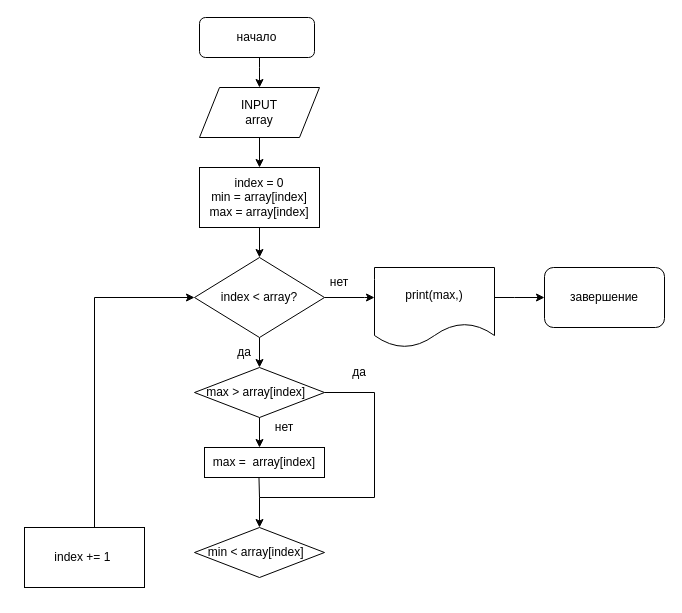
Above: page "урок2 №1" (2 of 5) of Untitled Diagram.drawio in posthak/python (draw.io), before the change. Source tidied: cells renumbered, new cells numbered last; positions are measured from the earlier drawing's top-left corner, leaving out a move shared by most shapes. Both pictures are drawn from the tidied source at 100%, with x=0, y=0 at pixel (24, 17).
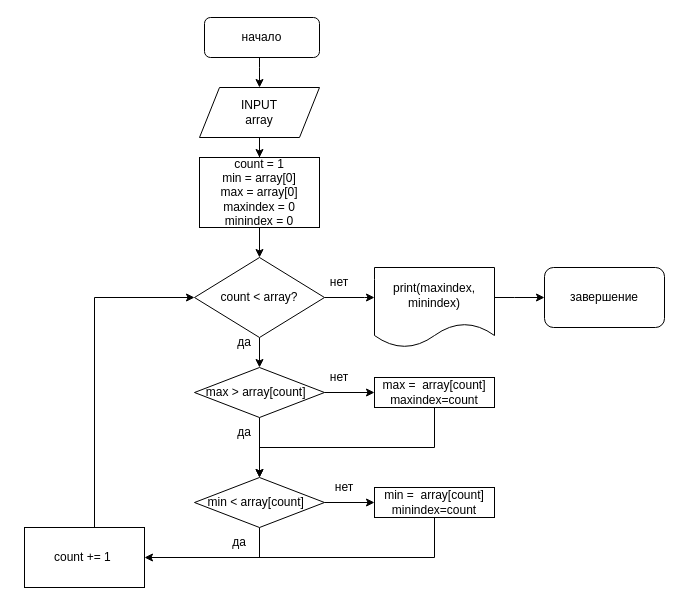
Above is the later version.

Diff of the diagram source:
```diff
@@
     <mxCell id="3" value="начало" style="rounded=1;whiteSpace=wrap;html=1;fontColor=#000000;" parent="1" vertex="1">
-      <mxGeometry x="175" width="115" height="40" as="geometry" />
+      <mxGeometry x="180" width="115" height="40" as="geometry" />
     </mxCell>
@@
-    <mxCell id="7" value="index = 0&lt;br&gt;min = array[index]&lt;br&gt;max = array[index]" style="whiteSpace=wrap;html=1;fontColor=#000000;" parent="1" vertex="1">
-      <mxGeometry x="175" y="150" width="120" height="60" as="geometry" />
+    <mxCell id="7" value="count = 1&lt;br&gt;min = array[0]&lt;br&gt;max = array[0]&lt;br&gt;maxindex = 0&lt;br&gt;minindex = 0" style="whiteSpace=wrap;html=1;fontColor=#000000;" parent="1" vertex="1">
+      <mxGeometry x="175" y="140" width="120" height="70" as="geometry" />
     </mxCell>
@@
-    <mxCell id="10" value="index &amp;lt;&amp;nbsp;array?" style="rhombus;whiteSpace=wrap;html=1;fontSize=12;fontColor=#000000;" parent="1" vertex="1">
+    <mxCell id="10" value="count &amp;lt;&amp;nbsp;array?" style="rhombus;whiteSpace=wrap;html=1;fontSize=12;fontColor=#000000;" parent="1" vertex="1">
       <mxGeometry x="170" y="240" width="130" height="80" as="geometry" />
     </mxCell>
-    <mxCell id="11" style="edgeStyle=orthogonalEdgeStyle;rounded=0;jettySize=auto;html=1;exitX=0.5;exitY=1;exitDx=0;exitDy=0;" parent="1" edge="1" source="13">
-      <mxGeometry relative="1" as="geometry">
-        <mxPoint x="235" y="430" as="targetPoint" />
-      </mxGeometry>
+    <mxCell id="11" style="edgeStyle=orthogonalEdgeStyle;rounded=0;jettySize=auto;html=1;exitX=0.5;exitY=1;exitDx=0;exitDy=0;entryX=0.5;entryY=0;entryDx=0;entryDy=0;" parent="1" edge="1" source="13" target="24">
+      <mxGeometry relative="1" as="geometry" />
     </mxCell>
-    <mxCell id="12" style="edgeStyle=orthogonalEdgeStyle;rounded=0;jettySize=auto;html=1;entryX=0.5;entryY=0;entryDx=0;entryDy=0;" parent="1" edge="1" source="13" target="24">
-      <mxGeometry relative="1" as="geometry">
-        <Array as="points">
-          <mxPoint x="350" y="375" />
-          <mxPoint x="350" y="480" />
-          <mxPoint x="235" y="480" />
-        </Array>
-      </mxGeometry>
-    </mxCell>
+    <mxCell id="26" style="edgeStyle=orthogonalEdgeStyle;rounded=0;jettySize=auto;html=1;" parent="1" edge="1" source="13" target="14">
+      <mxGeometry relative="1" as="geometry" />
+    </mxCell>
-    <mxCell id="13" value="max &amp;gt; array[index] &amp;nbsp;" style="rhombus;whiteSpace=wrap;html=1;fontSize=12;fontColor=#000000;" parent="1" vertex="1">
+    <mxCell id="13" value="max &amp;gt; array[count] &amp;nbsp;" style="rhombus;whiteSpace=wrap;html=1;fontSize=12;fontColor=#000000;" parent="1" vertex="1">
       <mxGeometry x="170" y="350" width="130" height="50" as="geometry" />
     </mxCell>
+    <mxCell id="27" style="edgeStyle=orthogonalEdgeStyle;rounded=0;jettySize=auto;html=1;entryX=0.5;entryY=0;entryDx=0;entryDy=0;" parent="1" edge="1" source="14" target="24">
+      <mxGeometry relative="1" as="geometry">
+        <Array as="points">
+          <mxPoint x="410" y="430" />
+        </Array>
+      </mxGeometry>
+    </mxCell>
-    <mxCell id="14" value="max = &amp;nbsp;array[index]" style="whiteSpace=wrap;html=1;fontColor=#000000;" parent="1" vertex="1">
-      <mxGeometry x="180" y="430" width="120" height="30" as="geometry" />
+    <mxCell id="14" value="max = &amp;nbsp;array[count]&lt;br&gt;maxindex=count" style="whiteSpace=wrap;html=1;fontColor=#000000;" parent="1" vertex="1">
+      <mxGeometry x="350" y="360" width="120" height="30" as="geometry" />
     </mxCell>
@@
-    <mxCell id="16" value="index += 1&amp;nbsp;" style="whiteSpace=wrap;html=1;fontColor=#000000;" parent="1" vertex="1">
+    <mxCell id="16" value="count += 1&amp;nbsp;" style="whiteSpace=wrap;html=1;fontColor=#000000;" parent="1" vertex="1">
       <mxGeometry y="510" width="120" height="60" as="geometry" />
     </mxCell>
@@
-    <mxCell id="19" value="print(max,)" style="shape=document;whiteSpace=wrap;html=1;boundedLbl=1;fontColor=#000000;" parent="1" vertex="1">
+    <mxCell id="19" value="print(maxindex, minindex)" style="shape=document;whiteSpace=wrap;html=1;boundedLbl=1;fontColor=#000000;" parent="1" vertex="1">
       <mxGeometry x="350" y="250" width="120" height="80" as="geometry" />
     </mxCell>
     <mxCell id="20" value="да" style="text;html=1;strokeColor=none;fillColor=none;align=center;verticalAlign=middle;whiteSpace=wrap;rounded=0;" parent="1" vertex="1">
-      <mxGeometry x="320" y="340" width="30" height="30" as="geometry" />
+      <mxGeometry x="205" y="400" width="30" height="30" as="geometry" />
     </mxCell>
     <mxCell id="21" value="нет" style="text;html=1;strokeColor=none;fillColor=none;align=center;verticalAlign=middle;whiteSpace=wrap;rounded=0;" parent="1" vertex="1">
-      <mxGeometry x="240" y="400" width="40" height="20" as="geometry" />
+      <mxGeometry x="295" y="350" width="40" height="20" as="geometry" />
     </mxCell>
     <mxCell id="22" value="да" style="text;html=1;strokeColor=none;fillColor=none;align=center;verticalAlign=middle;whiteSpace=wrap;rounded=0;" parent="1" vertex="1">
-      <mxGeometry x="200" y="320" width="40" height="30" as="geometry" />
+      <mxGeometry x="200" y="310" width="40" height="30" as="geometry" />
     </mxCell>
@@
+    <mxCell id="28" style="edgeStyle=orthogonalEdgeStyle;rounded=0;jettySize=auto;html=1;" parent="1" edge="1" source="24" target="16">
+      <mxGeometry relative="1" as="geometry">
+        <Array as="points">
+          <mxPoint x="235" y="540" />
+        </Array>
+      </mxGeometry>
+    </mxCell>
+    <mxCell id="29" style="edgeStyle=orthogonalEdgeStyle;rounded=0;jettySize=auto;html=1;entryX=0;entryY=0.5;entryDx=0;entryDy=0;" parent="1" edge="1" source="24" target="31">
+      <mxGeometry relative="1" as="geometry" />
+    </mxCell>
-    <mxCell id="24" value="min &amp;lt; array[index] &amp;nbsp;" style="rhombus;whiteSpace=wrap;html=1;fontSize=12;fontColor=#000000;" parent="1" vertex="1">
-      <mxGeometry x="170" y="510" width="130" height="50" as="geometry" />
+    <mxCell id="24" value="min &amp;lt; array[count] &amp;nbsp;" style="rhombus;whiteSpace=wrap;html=1;fontSize=12;fontColor=#000000;" parent="1" vertex="1">
+      <mxGeometry x="170" y="460" width="130" height="50" as="geometry" />
     </mxCell>
-    <mxCell id="25" style="endArrow=none;html=1;rounded=0;exitX=0.454;exitY=1;exitDx=0;exitDy=0;exitPerimeter=0;" parent="1" edge="1" source="14">
-      <mxGeometry relative="1" as="geometry">
-        <mxPoint x="235" y="480" as="targetPoint" />
-      </mxGeometry>
-    </mxCell>
+    <mxCell id="30" value="да" style="text;html=1;strokeColor=none;fillColor=none;align=center;verticalAlign=middle;whiteSpace=wrap;rounded=0;" parent="1" vertex="1">
+      <mxGeometry x="200" y="510" width="30" height="30" as="geometry" />
+    </mxCell>
+    <mxCell id="31" value="min = &amp;nbsp;array[count]&lt;br&gt;minindex=count" style="whiteSpace=wrap;html=1;fontColor=#000000;" parent="1" vertex="1">
+      <mxGeometry x="350" y="470" width="120" height="30" as="geometry" />
+    </mxCell>
+    <mxCell id="32" value="нет" style="text;html=1;strokeColor=none;fillColor=none;align=center;verticalAlign=middle;whiteSpace=wrap;rounded=0;" parent="1" vertex="1">
+      <mxGeometry x="300" y="460" width="40" height="20" as="geometry" />
+    </mxCell>
+    <mxCell id="33" style="endArrow=none;html=1;rounded=0;entryX=0.5;entryY=1;entryDx=0;entryDy=0;exitX=1;exitY=1;exitDx=0;exitDy=0;" parent="1" edge="1" source="30" target="31">
+      <mxGeometry relative="1" as="geometry">
+        <Array as="points">
+          <mxPoint x="410" y="540" />
+        </Array>
+      </mxGeometry>
+    </mxCell>
```
